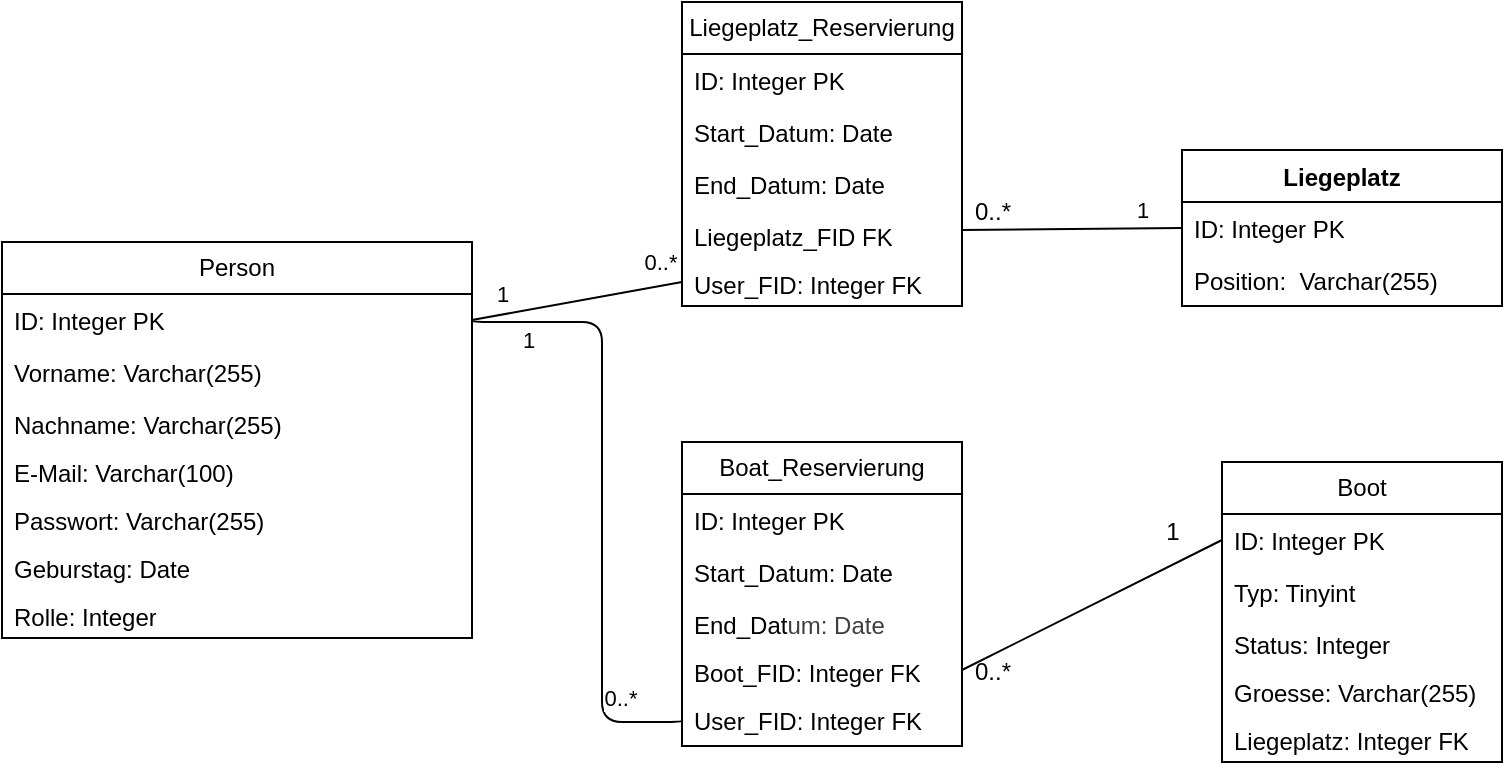
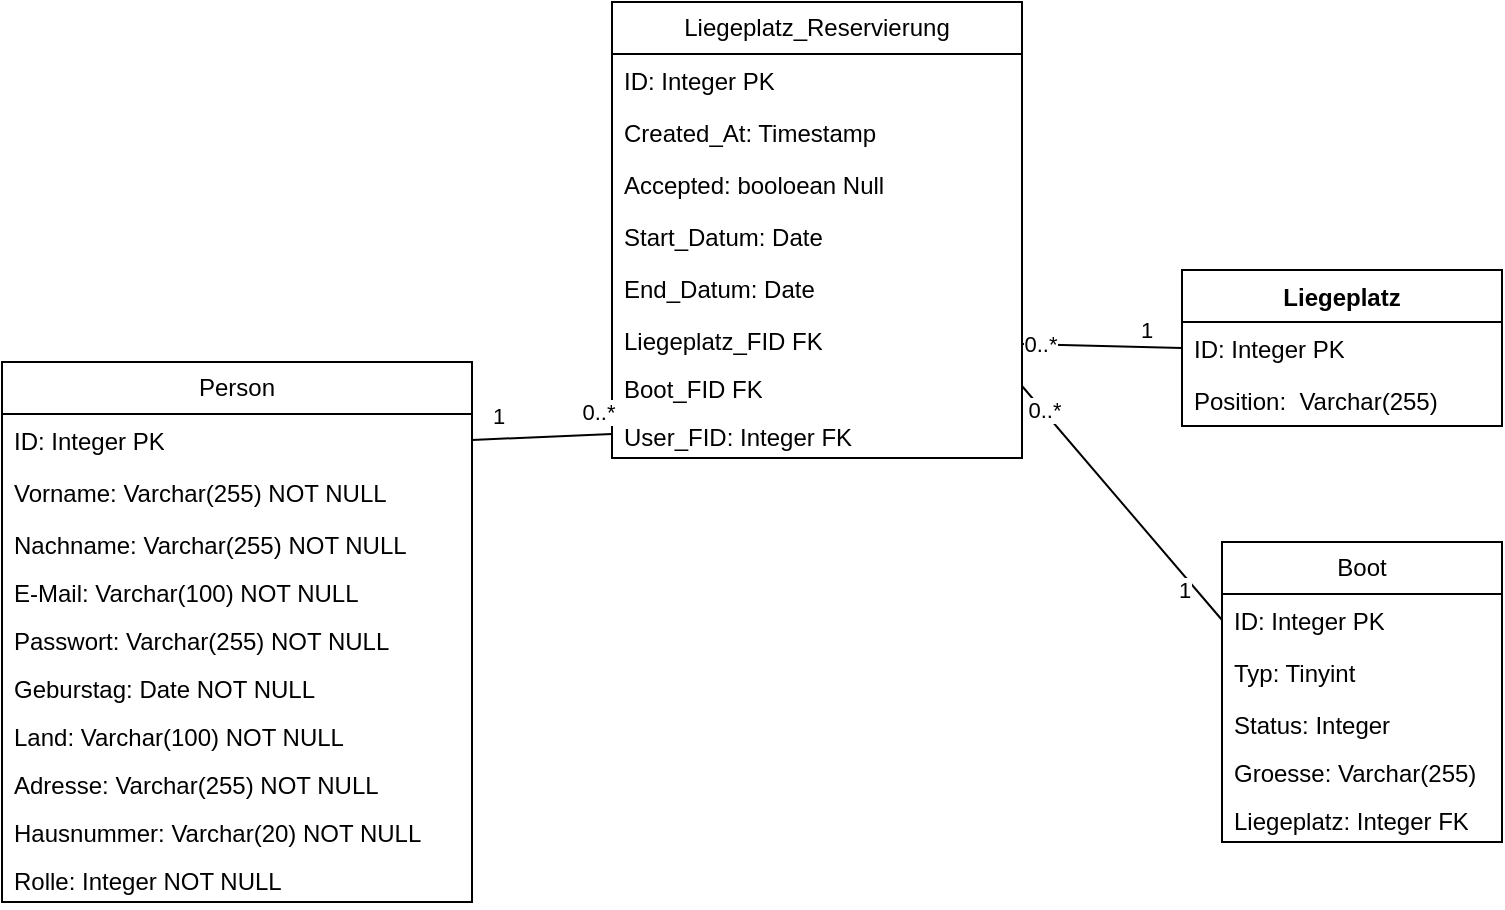
<mxfile host="65bd71144e">
    <diagram id="4LRXWOMuK3Hnne2v4VJx" name="Page-1">
-         <mxGraphModel dx="360" dy="518" grid="1" gridSize="10" guides="1" tooltips="1" connect="1" arrows="1" fold="1" page="1" pageScale="1" pageWidth="850" pageHeight="1100" math="0" shadow="0">
+         <mxGraphModel dx="1347" dy="708" grid="1" gridSize="10" guides="1" tooltips="1" connect="1" arrows="1" fold="1" page="1" pageScale="1" pageWidth="850" pageHeight="1100" math="0" shadow="0">
            <root>
                <mxCell id="0"/>
                <mxCell id="1" parent="0"/>
                <mxCell id="8" value="Liegeplatz" style="swimlane;fontStyle=1;align=center;verticalAlign=top;childLayout=stackLayout;horizontal=1;startSize=26;horizontalStack=0;resizeParent=1;resizeParentMax=0;resizeLast=0;collapsible=1;marginBottom=0;whiteSpace=wrap;html=1;" parent="1" vertex="1">
-                     <mxGeometry x="630" y="504" width="160" height="78" as="geometry"/>
+                     <mxGeometry x="660" y="494" width="160" height="78" as="geometry"/>
                </mxCell>
                <mxCell id="9" value="ID: Integer PK" style="text;strokeColor=none;fillColor=none;align=left;verticalAlign=top;spacingLeft=4;spacingRight=4;overflow=hidden;rotatable=0;points=[[0,0.5],[1,0.5]];portConstraint=eastwest;whiteSpace=wrap;html=1;" parent="8" vertex="1">
                    <mxGeometry y="26" width="160" height="26" as="geometry"/>
                </mxCell>
                <mxCell id="13" value="Position:&amp;nbsp; Varchar(255)" style="text;strokeColor=none;fillColor=none;align=left;verticalAlign=top;spacingLeft=4;spacingRight=4;overflow=hidden;rotatable=0;points=[[0,0.5],[1,0.5]];portConstraint=eastwest;whiteSpace=wrap;html=1;" parent="8" vertex="1">
                    <mxGeometry y="52" width="160" height="26" as="geometry"/>
                </mxCell>
                <mxCell id="14" value="Boot" style="swimlane;fontStyle=0;childLayout=stackLayout;horizontal=1;startSize=26;fillColor=none;horizontalStack=0;resizeParent=1;resizeParentMax=0;resizeLast=0;collapsible=1;marginBottom=0;whiteSpace=wrap;html=1;" parent="1" vertex="1">
-                     <mxGeometry x="650" y="660" width="140" height="150" as="geometry"/>
+                     <mxGeometry x="680" y="630" width="140" height="150" as="geometry"/>
                </mxCell>
                <mxCell id="15" value="ID: Integer PK" style="text;strokeColor=none;fillColor=none;align=left;verticalAlign=top;spacingLeft=4;spacingRight=4;overflow=hidden;rotatable=0;points=[[0,0.5],[1,0.5]];portConstraint=eastwest;whiteSpace=wrap;html=1;" parent="14" vertex="1">
                    <mxGeometry y="26" width="140" height="26" as="geometry"/>
                </mxCell>
                <mxCell id="16" value="Typ: Tinyint&amp;nbsp;" style="text;strokeColor=none;fillColor=none;align=left;verticalAlign=top;spacingLeft=4;spacingRight=4;overflow=hidden;rotatable=0;points=[[0,0.5],[1,0.5]];portConstraint=eastwest;whiteSpace=wrap;html=1;" parent="14" vertex="1">
                    <mxGeometry y="52" width="140" height="26" as="geometry"/>
                </mxCell>
                <mxCell id="17" value="Status: Integer" style="text;strokeColor=none;fillColor=none;align=left;verticalAlign=top;spacingLeft=4;spacingRight=4;overflow=hidden;rotatable=0;points=[[0,0.5],[1,0.5]];portConstraint=eastwest;whiteSpace=wrap;html=1;" parent="14" vertex="1">
                    <mxGeometry y="78" width="140" height="24" as="geometry"/>
                </mxCell>
                <mxCell id="18" value="Groesse: Varchar(255)" style="text;strokeColor=none;fillColor=none;align=left;verticalAlign=top;spacingLeft=4;spacingRight=4;overflow=hidden;rotatable=0;points=[[0,0.5],[1,0.5]];portConstraint=eastwest;whiteSpace=wrap;html=1;" parent="14" vertex="1">
                    <mxGeometry y="102" width="140" height="24" as="geometry"/>
                </mxCell>
                <mxCell id="19" value="Liegeplatz: Integer FK" style="text;strokeColor=none;fillColor=none;align=left;verticalAlign=top;spacingLeft=4;spacingRight=4;overflow=hidden;rotatable=0;points=[[0,0.5],[1,0.5]];portConstraint=eastwest;whiteSpace=wrap;html=1;" parent="14" vertex="1">
                    <mxGeometry y="126" width="140" height="24" as="geometry"/>
                </mxCell>
-                 <mxCell id="23" value="Boat_Reservierung" style="swimlane;fontStyle=0;childLayout=stackLayout;horizontal=1;startSize=26;fillColor=none;horizontalStack=0;resizeParent=1;resizeParentMax=0;resizeLast=0;collapsible=1;marginBottom=0;whiteSpace=wrap;html=1;" parent="1" vertex="1">
-                     <mxGeometry x="380" y="650" width="140" height="152" as="geometry"/>
-                 </mxCell>
-                 <mxCell id="24" value="ID: Integer PK" style="text;strokeColor=none;fillColor=none;align=left;verticalAlign=top;spacingLeft=4;spacingRight=4;overflow=hidden;rotatable=0;points=[[0,0.5],[1,0.5]];portConstraint=eastwest;whiteSpace=wrap;html=1;" parent="23" vertex="1">
-                     <mxGeometry y="26" width="140" height="26" as="geometry"/>
-                 </mxCell>
-                 <mxCell id="26" value="Start_Datum: Date" style="text;strokeColor=none;fillColor=none;align=left;verticalAlign=top;spacingLeft=4;spacingRight=4;overflow=hidden;rotatable=0;points=[[0,0.5],[1,0.5]];portConstraint=eastwest;whiteSpace=wrap;html=1;" parent="23" vertex="1">
-                     <mxGeometry y="52" width="140" height="26" as="geometry"/>
-                 </mxCell>
-                 <mxCell id="27" value="End_Dat&lt;span style=&quot;color: rgb(63, 63, 63); background-color: transparent;&quot;&gt;um: Date&lt;/span&gt;" style="text;strokeColor=none;fillColor=none;align=left;verticalAlign=top;spacingLeft=4;spacingRight=4;overflow=hidden;rotatable=0;points=[[0,0.5],[1,0.5]];portConstraint=eastwest;whiteSpace=wrap;html=1;" parent="23" vertex="1">
-                     <mxGeometry y="78" width="140" height="24" as="geometry"/>
-                 </mxCell>
-                 <mxCell id="28" value="Boot_FID: Integer FK" style="text;strokeColor=none;fillColor=none;align=left;verticalAlign=top;spacingLeft=4;spacingRight=4;overflow=hidden;rotatable=0;points=[[0,0.5],[1,0.5]];portConstraint=eastwest;whiteSpace=wrap;html=1;" parent="23" vertex="1">
-                     <mxGeometry y="102" width="140" height="24" as="geometry"/>
-                 </mxCell>
-                 <mxCell id="25" value="User_FID: Integer FK" style="text;strokeColor=none;fillColor=none;align=left;verticalAlign=top;spacingLeft=4;spacingRight=4;overflow=hidden;rotatable=0;points=[[0,0.5],[1,0.5]];portConstraint=eastwest;whiteSpace=wrap;html=1;" parent="23" vertex="1">
-                     <mxGeometry y="126" width="140" height="26" as="geometry"/>
-                 </mxCell>
                <mxCell id="30" value="Liegeplatz_Reservierung" style="swimlane;fontStyle=0;childLayout=stackLayout;horizontal=1;startSize=26;fillColor=none;horizontalStack=0;resizeParent=1;resizeParentMax=0;resizeLast=0;collapsible=1;marginBottom=0;whiteSpace=wrap;html=1;" parent="1" vertex="1">
-                     <mxGeometry x="380" y="430" width="140" height="152" as="geometry"/>
+                     <mxGeometry x="375" y="360" width="205" height="228" as="geometry"/>
                </mxCell>
                <mxCell id="31" value="ID: Integer PK" style="text;strokeColor=none;fillColor=none;align=left;verticalAlign=top;spacingLeft=4;spacingRight=4;overflow=hidden;rotatable=0;points=[[0,0.5],[1,0.5]];portConstraint=eastwest;whiteSpace=wrap;html=1;" parent="30" vertex="1">
-                     <mxGeometry y="26" width="140" height="26" as="geometry"/>
+                     <mxGeometry y="26" width="205" height="26" as="geometry"/>
+                 </mxCell>
+                 <mxCell id="67" value="Created_At: Timestamp" style="text;strokeColor=none;fillColor=none;align=left;verticalAlign=top;spacingLeft=4;spacingRight=4;overflow=hidden;rotatable=0;points=[[0,0.5],[1,0.5]];portConstraint=eastwest;whiteSpace=wrap;html=1;" vertex="1" parent="30">
+                     <mxGeometry y="52" width="205" height="26" as="geometry"/>
+                 </mxCell>
+                 <mxCell id="68" value="Accepted: booloean Null" style="text;strokeColor=none;fillColor=none;align=left;verticalAlign=top;spacingLeft=4;spacingRight=4;overflow=hidden;rotatable=0;points=[[0,0.5],[1,0.5]];portConstraint=eastwest;whiteSpace=wrap;html=1;" vertex="1" parent="30">
+                     <mxGeometry y="78" width="205" height="26" as="geometry"/>
                </mxCell>
                <mxCell id="32" value="Start_Datum: Date" style="text;strokeColor=none;fillColor=none;align=left;verticalAlign=top;spacingLeft=4;spacingRight=4;overflow=hidden;rotatable=0;points=[[0,0.5],[1,0.5]];portConstraint=eastwest;whiteSpace=wrap;html=1;" parent="30" vertex="1">
-                     <mxGeometry y="52" width="140" height="26" as="geometry"/>
+                     <mxGeometry y="104" width="205" height="26" as="geometry"/>
                </mxCell>
                <mxCell id="33" value="End_Datum: Date" style="text;strokeColor=none;fillColor=none;align=left;verticalAlign=top;spacingLeft=4;spacingRight=4;overflow=hidden;rotatable=0;points=[[0,0.5],[1,0.5]];portConstraint=eastwest;whiteSpace=wrap;html=1;" parent="30" vertex="1">
-                     <mxGeometry y="78" width="140" height="26" as="geometry"/>
+                     <mxGeometry y="130" width="205" height="26" as="geometry"/>
                </mxCell>
                <mxCell id="34" value="Liegeplatz_FID FK" style="text;strokeColor=none;fillColor=none;align=left;verticalAlign=top;spacingLeft=4;spacingRight=4;overflow=hidden;rotatable=0;points=[[0,0.5],[1,0.5]];portConstraint=eastwest;whiteSpace=wrap;html=1;" parent="30" vertex="1">
-                     <mxGeometry y="104" width="140" height="24" as="geometry"/>
+                     <mxGeometry y="156" width="205" height="24" as="geometry"/>
+                 </mxCell>
+                 <mxCell id="66" value="Boot_FID FK" style="text;strokeColor=none;fillColor=none;align=left;verticalAlign=top;spacingLeft=4;spacingRight=4;overflow=hidden;rotatable=0;points=[[0,0.5],[1,0.5]];portConstraint=eastwest;whiteSpace=wrap;html=1;" vertex="1" parent="30">
+                     <mxGeometry y="180" width="205" height="24" as="geometry"/>
                </mxCell>
                <mxCell id="46" value="User_FID: Integer FK" style="text;strokeColor=none;fillColor=none;align=left;verticalAlign=top;spacingLeft=4;spacingRight=4;overflow=hidden;rotatable=0;points=[[0,0.5],[1,0.5]];portConstraint=eastwest;whiteSpace=wrap;html=1;" parent="30" vertex="1">
-                     <mxGeometry y="128" width="140" height="24" as="geometry"/>
+                     <mxGeometry y="204" width="205" height="24" as="geometry"/>
                </mxCell>
                <mxCell id="37" value="Person" style="swimlane;fontStyle=0;childLayout=stackLayout;horizontal=1;startSize=26;fillColor=none;horizontalStack=0;resizeParent=1;resizeParentMax=0;resizeLast=0;collapsible=1;marginBottom=0;whiteSpace=wrap;html=1;" parent="1" vertex="1">
-                     <mxGeometry x="40" y="550" width="235" height="198" as="geometry"/>
+                     <mxGeometry x="70" y="540" width="235" height="270" as="geometry"/>
                </mxCell>
                <mxCell id="38" value="ID: Integer PK" style="text;strokeColor=none;fillColor=none;align=left;verticalAlign=top;spacingLeft=4;spacingRight=4;overflow=hidden;rotatable=0;points=[[0,0.5],[1,0.5]];portConstraint=eastwest;whiteSpace=wrap;html=1;" parent="37" vertex="1">
                    <mxGeometry y="26" width="235" height="26" as="geometry"/>
                </mxCell>
-                 <mxCell id="40" value="Vorname: Varchar(255)" style="text;strokeColor=none;fillColor=none;align=left;verticalAlign=top;spacingLeft=4;spacingRight=4;overflow=hidden;rotatable=0;points=[[0,0.5],[1,0.5]];portConstraint=eastwest;whiteSpace=wrap;html=1;" parent="37" vertex="1">
+                 <mxCell id="40" value="Vorname: Varchar(255) NOT NULL" style="text;strokeColor=none;fillColor=none;align=left;verticalAlign=top;spacingLeft=4;spacingRight=4;overflow=hidden;rotatable=0;points=[[0,0.5],[1,0.5]];portConstraint=eastwest;whiteSpace=wrap;html=1;" parent="37" vertex="1">
                    <mxGeometry y="52" width="235" height="26" as="geometry"/>
                </mxCell>
-                 <mxCell id="41" value="Nachname: Varchar(255)" style="text;strokeColor=none;fillColor=none;align=left;verticalAlign=top;spacingLeft=4;spacingRight=4;overflow=hidden;rotatable=0;points=[[0,0.5],[1,0.5]];portConstraint=eastwest;whiteSpace=wrap;html=1;" parent="37" vertex="1">
+                 <mxCell id="41" value="Nachname: Varchar(255)&amp;nbsp;&lt;span style=&quot;color: rgb(0, 0, 0);&quot;&gt;NOT NULL&lt;/span&gt;" style="text;strokeColor=none;fillColor=none;align=left;verticalAlign=top;spacingLeft=4;spacingRight=4;overflow=hidden;rotatable=0;points=[[0,0.5],[1,0.5]];portConstraint=eastwest;whiteSpace=wrap;html=1;" parent="37" vertex="1">
                    <mxGeometry y="78" width="235" height="24" as="geometry"/>
                </mxCell>
-                 <mxCell id="63" value="E-Mail: Varchar(100)" style="text;strokeColor=none;fillColor=none;align=left;verticalAlign=top;spacingLeft=4;spacingRight=4;overflow=hidden;rotatable=0;points=[[0,0.5],[1,0.5]];portConstraint=eastwest;whiteSpace=wrap;html=1;" vertex="1" parent="37">
+                 <mxCell id="63" value="E-Mail: Varchar(100)&amp;nbsp;&lt;span style=&quot;color: rgb(0, 0, 0);&quot;&gt;NOT NULL&lt;/span&gt;" style="text;strokeColor=none;fillColor=none;align=left;verticalAlign=top;spacingLeft=4;spacingRight=4;overflow=hidden;rotatable=0;points=[[0,0.5],[1,0.5]];portConstraint=eastwest;whiteSpace=wrap;html=1;" parent="37" vertex="1">
                    <mxGeometry y="102" width="235" height="24" as="geometry"/>
                </mxCell>
-                 <mxCell id="64" value="Passwort: Varchar(255)" style="text;strokeColor=none;fillColor=none;align=left;verticalAlign=top;spacingLeft=4;spacingRight=4;overflow=hidden;rotatable=0;points=[[0,0.5],[1,0.5]];portConstraint=eastwest;whiteSpace=wrap;html=1;" vertex="1" parent="37">
+                 <mxCell id="64" value="Passwort: Varchar(255)&amp;nbsp;&lt;span style=&quot;color: rgb(0, 0, 0);&quot;&gt;NOT NULL&lt;/span&gt;" style="text;strokeColor=none;fillColor=none;align=left;verticalAlign=top;spacingLeft=4;spacingRight=4;overflow=hidden;rotatable=0;points=[[0,0.5],[1,0.5]];portConstraint=eastwest;whiteSpace=wrap;html=1;" parent="37" vertex="1">
                    <mxGeometry y="126" width="235" height="24" as="geometry"/>
                </mxCell>
-                 <mxCell id="42" value="Geburstag: Date" style="text;strokeColor=none;fillColor=none;align=left;verticalAlign=top;spacingLeft=4;spacingRight=4;overflow=hidden;rotatable=0;points=[[0,0.5],[1,0.5]];portConstraint=eastwest;whiteSpace=wrap;html=1;" parent="37" vertex="1">
+                 <mxCell id="42" value="Geburstag: Date&amp;nbsp;&lt;span style=&quot;color: rgb(0, 0, 0);&quot;&gt;NOT NULL&lt;/span&gt;" style="text;strokeColor=none;fillColor=none;align=left;verticalAlign=top;spacingLeft=4;spacingRight=4;overflow=hidden;rotatable=0;points=[[0,0.5],[1,0.5]];portConstraint=eastwest;whiteSpace=wrap;html=1;" parent="37" vertex="1">
                    <mxGeometry y="150" width="235" height="24" as="geometry"/>
                </mxCell>
-                 <mxCell id="44" value="Rolle: Integer" style="text;strokeColor=none;fillColor=none;align=left;verticalAlign=top;spacingLeft=4;spacingRight=4;overflow=hidden;rotatable=0;points=[[0,0.5],[1,0.5]];portConstraint=eastwest;whiteSpace=wrap;html=1;" parent="37" vertex="1">
+                 <mxCell id="73" value="Land: Varchar(100)&amp;nbsp;&lt;span style=&quot;color: rgb(0, 0, 0);&quot;&gt;NOT NULL&lt;/span&gt;" style="text;strokeColor=none;fillColor=none;align=left;verticalAlign=top;spacingLeft=4;spacingRight=4;overflow=hidden;rotatable=0;points=[[0,0.5],[1,0.5]];portConstraint=eastwest;whiteSpace=wrap;html=1;" vertex="1" parent="37">
                    <mxGeometry y="174" width="235" height="24" as="geometry"/>
+                 </mxCell>
+                 <mxCell id="74" value="Adresse: Varchar(255)&amp;nbsp;&lt;span style=&quot;color: rgb(0, 0, 0);&quot;&gt;NOT NULL&lt;/span&gt;" style="text;strokeColor=none;fillColor=none;align=left;verticalAlign=top;spacingLeft=4;spacingRight=4;overflow=hidden;rotatable=0;points=[[0,0.5],[1,0.5]];portConstraint=eastwest;whiteSpace=wrap;html=1;" vertex="1" parent="37">
+                     <mxGeometry y="198" width="235" height="24" as="geometry"/>
+                 </mxCell>
+                 <mxCell id="75" value="Hausnummer: Varchar(20)&amp;nbsp;&lt;span style=&quot;color: rgb(0, 0, 0);&quot;&gt;NOT NULL&lt;/span&gt;" style="text;strokeColor=none;fillColor=none;align=left;verticalAlign=top;spacingLeft=4;spacingRight=4;overflow=hidden;rotatable=0;points=[[0,0.5],[1,0.5]];portConstraint=eastwest;whiteSpace=wrap;html=1;" vertex="1" parent="37">
+                     <mxGeometry y="222" width="235" height="24" as="geometry"/>
+                 </mxCell>
+                 <mxCell id="44" value="Rolle: Integer NOT NULL" style="text;strokeColor=none;fillColor=none;align=left;verticalAlign=top;spacingLeft=4;spacingRight=4;overflow=hidden;rotatable=0;points=[[0,0.5],[1,0.5]];portConstraint=eastwest;whiteSpace=wrap;html=1;" parent="37" vertex="1">
+                     <mxGeometry y="246" width="235" height="24" as="geometry"/>
                </mxCell>
                <mxCell id="50" value="" style="endArrow=none;html=1;entryX=0;entryY=0.5;entryDx=0;entryDy=0;exitX=1;exitY=0.75;exitDx=0;exitDy=0;" parent="1" source="30" target="9" edge="1">
                    <mxGeometry width="50" height="50" relative="1" as="geometry">
                        <mxPoint x="560" y="570" as="sourcePoint"/>
                        <mxPoint x="610" y="520" as="targetPoint"/>
                    </mxGeometry>
                </mxCell>
                <mxCell id="51" value="1" style="edgeLabel;html=1;align=center;verticalAlign=middle;resizable=0;points=[];" parent="50" vertex="1" connectable="0">
                    <mxGeometry x="0.8884" relative="1" as="geometry">
                        <mxPoint x="-14" y="-9" as="offset"/>
                    </mxGeometry>
                </mxCell>
-                 <mxCell id="52" value="0..*" style="text;html=1;align=center;verticalAlign=middle;resizable=0;points=[];autosize=1;strokeColor=none;fillColor=none;" parent="1" vertex="1">
-                     <mxGeometry x="515" y="520" width="40" height="30" as="geometry"/>
-                 </mxCell>
-                 <mxCell id="53" value="" style="endArrow=none;html=1;entryX=0;entryY=0.5;entryDx=0;entryDy=0;exitX=1;exitY=0.5;exitDx=0;exitDy=0;" parent="1" source="28" target="15" edge="1">
-                     <mxGeometry width="50" height="50" relative="1" as="geometry">
-                         <mxPoint x="570" y="660" as="sourcePoint"/>
-                         <mxPoint x="620" y="610" as="targetPoint"/>
+                 <mxCell id="65" value="0..*" style="edgeLabel;html=1;align=center;verticalAlign=middle;resizable=0;points=[];" vertex="1" connectable="0" parent="50">
+                     <mxGeometry x="-0.7919" relative="1" as="geometry">
+                         <mxPoint as="offset"/>
                    </mxGeometry>
-                 </mxCell>
-                 <mxCell id="54" value="1" style="text;html=1;align=center;verticalAlign=middle;resizable=0;points=[];autosize=1;strokeColor=none;fillColor=none;" parent="1" vertex="1">
-                     <mxGeometry x="610" y="680" width="30" height="30" as="geometry"/>
-                 </mxCell>
-                 <mxCell id="55" value="0..*" style="text;html=1;align=center;verticalAlign=middle;resizable=0;points=[];autosize=1;strokeColor=none;fillColor=none;" parent="1" vertex="1">
-                     <mxGeometry x="515" y="750" width="40" height="30" as="geometry"/>
                </mxCell>
                <mxCell id="57" value="" style="endArrow=none;html=1;exitX=1;exitY=0.5;exitDx=0;exitDy=0;entryX=0;entryY=0.5;entryDx=0;entryDy=0;" parent="1" source="38" target="46" edge="1">
                    <mxGeometry width="50" height="50" relative="1" as="geometry">
                        <mxPoint x="360" y="650" as="sourcePoint"/>
                        <mxPoint x="410" y="600" as="targetPoint"/>
                    </mxGeometry>
                </mxCell>
                <mxCell id="58" value="1" style="edgeLabel;html=1;align=center;verticalAlign=middle;resizable=0;points=[];" parent="57" vertex="1" connectable="0">
                    <mxGeometry x="-0.8649" y="-1" relative="1" as="geometry">
                        <mxPoint x="8" y="-13" as="offset"/>
                    </mxGeometry>
                </mxCell>
                <mxCell id="59" value="0..*" style="edgeLabel;html=1;align=center;verticalAlign=middle;resizable=0;points=[];" parent="57" vertex="1" connectable="0">
                    <mxGeometry x="0.793" relative="1" as="geometry">
                        <mxPoint y="-12" as="offset"/>
                    </mxGeometry>
                </mxCell>
-                 <mxCell id="60" value="" style="endArrow=none;html=1;exitX=1;exitY=0.5;exitDx=0;exitDy=0;entryX=0;entryY=0.5;entryDx=0;entryDy=0;edgeStyle=orthogonalEdgeStyle;" parent="1" source="38" edge="1" target="25">
+                 <mxCell id="70" value="" style="endArrow=none;html=1;exitX=1;exitY=0.5;exitDx=0;exitDy=0;entryX=0;entryY=0.5;entryDx=0;entryDy=0;" edge="1" parent="1" source="66" target="15">
                    <mxGeometry width="50" height="50" relative="1" as="geometry">
-                         <mxPoint x="274.9999999999999" y="600" as="sourcePoint"/>
-                         <mxPoint x="380" y="725.9999999999998" as="targetPoint"/>
-                         <Array as="points">
-                             <mxPoint x="275" y="590"/>
-                             <mxPoint x="340" y="590"/>
-                             <mxPoint x="340" y="790"/>
-                             <mxPoint x="380" y="790"/>
-                         </Array>
+                         <mxPoint x="540" y="670" as="sourcePoint"/>
+                         <mxPoint x="620" y="672" as="targetPoint"/>
                    </mxGeometry>
                </mxCell>
-                 <mxCell id="61" value="1" style="edgeLabel;html=1;align=center;verticalAlign=middle;resizable=0;points=[];" parent="60" vertex="1" connectable="0">
-                     <mxGeometry x="-0.8649" y="-1" relative="1" as="geometry">
-                         <mxPoint x="8" y="8" as="offset"/>
+                 <mxCell id="71" value="1" style="edgeLabel;html=1;align=center;verticalAlign=middle;resizable=0;points=[];" vertex="1" connectable="0" parent="70">
+                     <mxGeometry x="0.8884" relative="1" as="geometry">
+                         <mxPoint x="-14" y="-9" as="offset"/>
                    </mxGeometry>
                </mxCell>
-                 <mxCell id="62" value="0..*" style="edgeLabel;html=1;align=center;verticalAlign=middle;resizable=0;points=[];" parent="60" vertex="1" connectable="0">
-                     <mxGeometry x="0.793" relative="1" as="geometry">
-                         <mxPoint y="-12" as="offset"/>
+                 <mxCell id="72" value="0..*" style="edgeLabel;html=1;align=center;verticalAlign=middle;resizable=0;points=[];" vertex="1" connectable="0" parent="70">
+                     <mxGeometry x="-0.7919" relative="1" as="geometry">
+                         <mxPoint as="offset"/>
                    </mxGeometry>
                </mxCell>
            </root>
        </mxGraphModel>
    </diagram>
</mxfile>